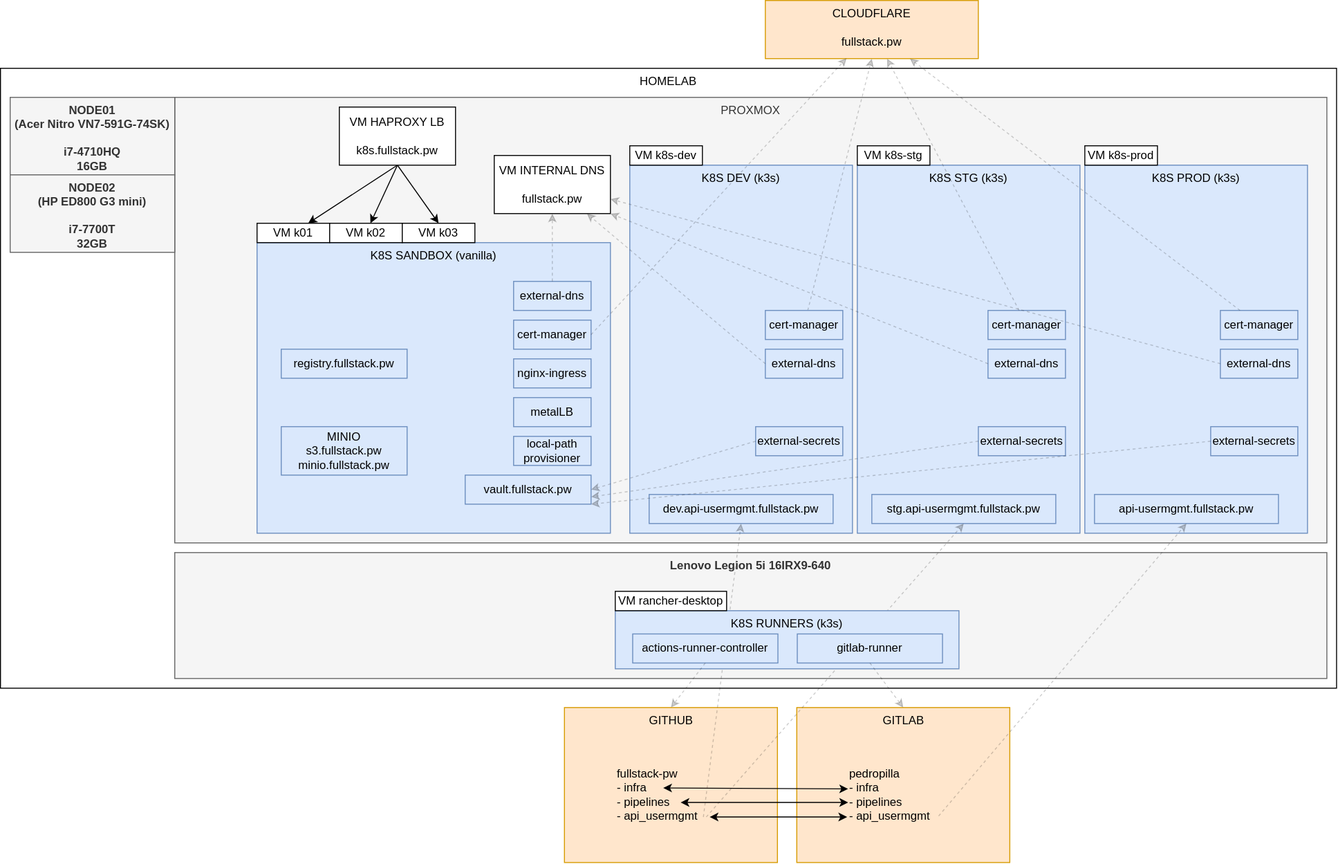
Before: fullstack.drawio.svg, a diagram exported from draw.io (fullstack-pw/infra). Source tidied: cells renumbered, new cells last; positions are measured from the earlier drawing's top-left corner, leaving out a move shared by most shapes.
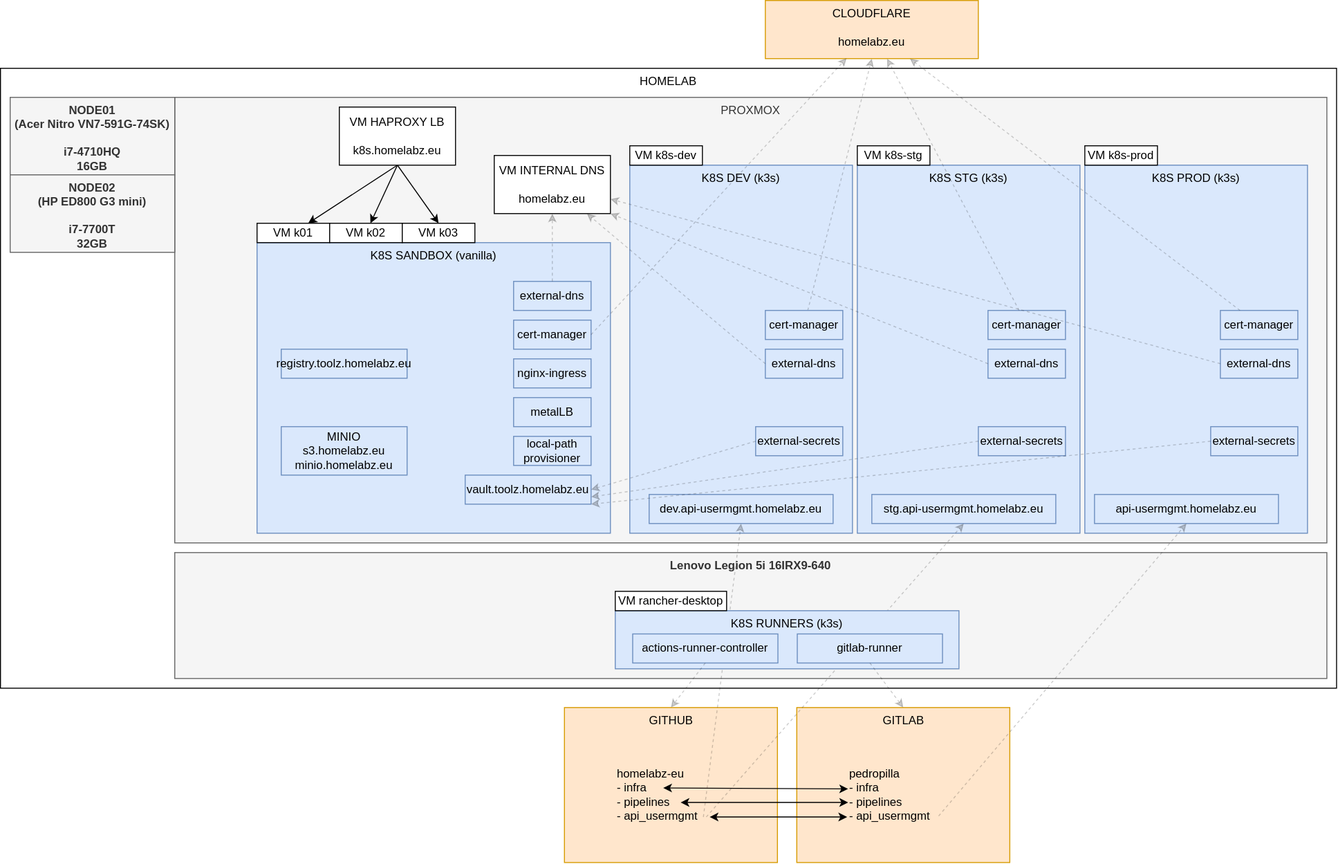
The same diagram one commit later.

Diff of the diagram source:
```diff
@@ -2,13 +2,13 @@
   <root>
     <mxCell id="0" />
     <mxCell id="1" parent="0" />
-    <mxCell id="2" value="&lt;div&gt;CLOUDFLARE&lt;/div&gt;&lt;div&gt;&lt;br&gt;&lt;/div&gt;&lt;div&gt;fullstack.pw&lt;/div&gt;" style="rounded=0;whiteSpace=wrap;html=1;verticalAlign=top;fillColor=#ffe6cc;strokeColor=#d79b00;" parent="1" vertex="1">
+    <mxCell id="2" value="&lt;div&gt;CLOUDFLARE&lt;/div&gt;&lt;div&gt;&lt;br&gt;&lt;/div&gt;&lt;div&gt;homelabz.eu&lt;/div&gt;" style="rounded=0;whiteSpace=wrap;html=1;verticalAlign=top;fillColor=#ffe6cc;strokeColor=#d79b00;" parent="1" vertex="1">
       <mxGeometry x="790" width="220" height="60" as="geometry" />
     </mxCell>
     <mxCell id="3" value="GITHUB" style="rounded=0;whiteSpace=wrap;html=1;verticalAlign=top;fillColor=#ffe6cc;strokeColor=#d79b00;" parent="1" vertex="1">
       <mxGeometry x="582.5" y="730" width="220" height="160" as="geometry" />
     </mxCell>
-    <mxCell id="4" value="&lt;div&gt;fullstack-pw&lt;/div&gt;&lt;div&gt;- infra&lt;/div&gt;&lt;div&gt;- pipelines&lt;/div&gt;&lt;div&gt;- api_usermgmt&lt;br&gt;&lt;/div&gt;" style="text;html=1;align=left;verticalAlign=middle;whiteSpace=wrap;rounded=0;" parent="1" vertex="1">
+    <mxCell id="4" value="&lt;div&gt;homelabz-eu&lt;/div&gt;&lt;div&gt;- infra&lt;/div&gt;&lt;div&gt;- pipelines&lt;/div&gt;&lt;div&gt;- api_usermgmt&lt;br&gt;&lt;/div&gt;" style="text;html=1;align=left;verticalAlign=middle;whiteSpace=wrap;rounded=0;" parent="1" vertex="1">
       <mxGeometry x="635" y="780" width="115" height="80" as="geometry" />
     </mxCell>
     <mxCell id="5" value="GITLAB" style="rounded=0;whiteSpace=wrap;html=1;verticalAlign=top;fillColor=#ffe6cc;strokeColor=#d79b00;" parent="1" vertex="1">
@@ -59,7 +59,7 @@
     <mxCell id="17" value="K8S PROD (k3s)" style="rounded=0;whiteSpace=wrap;html=1;verticalAlign=top;fillColor=#dae8fc;strokeColor=#6c8ebf;" parent="1" vertex="1">
       <mxGeometry x="1120" y="170" width="230" height="380" as="geometry" />
     </mxCell>
-    <mxCell id="18" value="&lt;div&gt;VM INTERNAL DNS&lt;/div&gt;&lt;div&gt;&lt;br&gt;&lt;/div&gt;&lt;div&gt;fullstack.pw&lt;br&gt;&lt;/div&gt;" style="rounded=0;whiteSpace=wrap;html=1;" parent="1" vertex="1">
+    <mxCell id="18" value="&lt;div&gt;VM INTERNAL DNS&lt;/div&gt;&lt;div&gt;&lt;br&gt;&lt;/div&gt;&lt;div&gt;homelabz.eu&lt;br&gt;&lt;/div&gt;" style="rounded=0;whiteSpace=wrap;html=1;" parent="1" vertex="1">
       <mxGeometry x="510" y="160" width="120" height="60" as="geometry" />
     </mxCell>
     <mxCell id="19" style="rounded=0;jettySize=auto;html=1;exitX=0.5;exitY=1;exitDx=0;exitDy=0;" parent="1" edge="1" source="22" target="23">
@@ -71,7 +71,7 @@
     <mxCell id="21" style="rounded=0;jettySize=auto;html=1;entryX=0.5;entryY=0;entryDx=0;entryDy=0;exitX=0.5;exitY=1;exitDx=0;exitDy=0;" parent="1" edge="1" source="22" target="25">
       <mxGeometry relative="1" as="geometry" />
     </mxCell>
-    <mxCell id="22" value="&lt;div&gt;VM HAPROXY LB&lt;br&gt;&lt;/div&gt;&lt;div&gt;&lt;br&gt;&lt;/div&gt;&lt;div&gt;k8s.fullstack.pw&lt;br&gt;&lt;/div&gt;" style="rounded=0;whiteSpace=wrap;html=1;" parent="1" vertex="1">
+    <mxCell id="22" value="&lt;div&gt;VM HAPROXY LB&lt;br&gt;&lt;/div&gt;&lt;div&gt;&lt;br&gt;&lt;/div&gt;&lt;div&gt;k8s.homelabz.eu&lt;br&gt;&lt;/div&gt;" style="rounded=0;whiteSpace=wrap;html=1;" parent="1" vertex="1">
       <mxGeometry x="350" y="110" width="120" height="60" as="geometry" />
     </mxCell>
     <mxCell id="23" value="VM k01" style="rounded=0;whiteSpace=wrap;html=1;" parent="1" vertex="1">
@@ -86,16 +86,16 @@
     <mxCell id="26" value="external-dns" style="rounded=0;whiteSpace=wrap;html=1;fillColor=#dae8fc;strokeColor=#6c8ebf;" parent="1" vertex="1">
       <mxGeometry x="530" y="290" width="80" height="30" as="geometry" />
     </mxCell>
-    <mxCell id="27" value="&lt;div&gt;MINIO&lt;br&gt;&lt;/div&gt;&lt;div&gt;s3.fullstack.pw&lt;/div&gt;&lt;div&gt;minio.fullstack.pw&lt;/div&gt;" style="rounded=0;whiteSpace=wrap;html=1;fillColor=#dae8fc;strokeColor=#6c8ebf;" parent="1" vertex="1">
+    <mxCell id="27" value="&lt;div&gt;MINIO&lt;br&gt;&lt;/div&gt;&lt;div&gt;s3.homelabz.eu&lt;/div&gt;&lt;div&gt;minio.homelabz.eu&lt;/div&gt;" style="rounded=0;whiteSpace=wrap;html=1;fillColor=#dae8fc;strokeColor=#6c8ebf;" parent="1" vertex="1">
       <mxGeometry x="290" y="440" width="130" height="50" as="geometry" />
     </mxCell>
-    <mxCell id="28" value="registry.fullstack.pw" style="rounded=0;whiteSpace=wrap;html=1;fillColor=#dae8fc;strokeColor=#6c8ebf;" parent="1" vertex="1">
+    <mxCell id="28" value="registry.toolz.homelabz.eu" style="rounded=0;whiteSpace=wrap;html=1;fillColor=#dae8fc;strokeColor=#6c8ebf;" parent="1" vertex="1">
       <mxGeometry x="290" y="360" width="130" height="30" as="geometry" />
     </mxCell>
     <mxCell id="29" value="cert-manager" style="rounded=0;whiteSpace=wrap;html=1;fillColor=#dae8fc;strokeColor=#6c8ebf;" parent="1" vertex="1">
       <mxGeometry x="530" y="330" width="80" height="30" as="geometry" />
     </mxCell>
-    <mxCell id="30" value="vault.fullstack.pw" style="rounded=0;whiteSpace=wrap;html=1;fillColor=#dae8fc;strokeColor=#6c8ebf;" parent="1" vertex="1">
+    <mxCell id="30" value="vault.toolz.homelabz.eu" style="rounded=0;whiteSpace=wrap;html=1;fillColor=#dae8fc;strokeColor=#6c8ebf;" parent="1" vertex="1">
       <mxGeometry x="480" y="490" width="130" height="30" as="geometry" />
     </mxCell>
     <mxCell id="31" value="nginx-ingress" style="rounded=0;whiteSpace=wrap;html=1;fillColor=#dae8fc;strokeColor=#6c8ebf;" parent="1" vertex="1">
@@ -146,13 +146,13 @@
     <mxCell id="46" value="external-secrets" style="rounded=0;whiteSpace=wrap;html=1;fillColor=#dae8fc;strokeColor=#6c8ebf;" parent="1" vertex="1">
       <mxGeometry x="1250" y="440" width="90" height="30" as="geometry" />
     </mxCell>
-    <mxCell id="47" value="dev.api-usermgmt.fullstack.pw" style="rounded=0;whiteSpace=wrap;html=1;fillColor=#dae8fc;strokeColor=#6c8ebf;" parent="1" vertex="1">
+    <mxCell id="47" value="dev.api-usermgmt.homelabz.eu" style="rounded=0;whiteSpace=wrap;html=1;fillColor=#dae8fc;strokeColor=#6c8ebf;" parent="1" vertex="1">
       <mxGeometry x="670" y="510" width="190" height="30" as="geometry" />
     </mxCell>
-    <mxCell id="48" value="stg.api-usermgmt.fullstack.pw" style="rounded=0;whiteSpace=wrap;html=1;fillColor=#dae8fc;strokeColor=#6c8ebf;" parent="1" vertex="1">
+    <mxCell id="48" value="stg.api-usermgmt.homelabz.eu" style="rounded=0;whiteSpace=wrap;html=1;fillColor=#dae8fc;strokeColor=#6c8ebf;" parent="1" vertex="1">
       <mxGeometry x="900" y="510" width="190" height="30" as="geometry" />
     </mxCell>
-    <mxCell id="49" value="api-usermgmt.fullstack.pw" style="rounded=0;whiteSpace=wrap;html=1;fillColor=#dae8fc;strokeColor=#6c8ebf;" parent="1" vertex="1">
+    <mxCell id="49" value="api-usermgmt.homelabz.eu" style="rounded=0;whiteSpace=wrap;html=1;fillColor=#dae8fc;strokeColor=#6c8ebf;" parent="1" vertex="1">
       <mxGeometry x="1130" y="510" width="190" height="30" as="geometry" />
     </mxCell>
     <mxCell id="50" style="rounded=0;jettySize=auto;html=1;dashed=1;opacity=20;" parent="1" edge="1" source="42" target="2">
```
